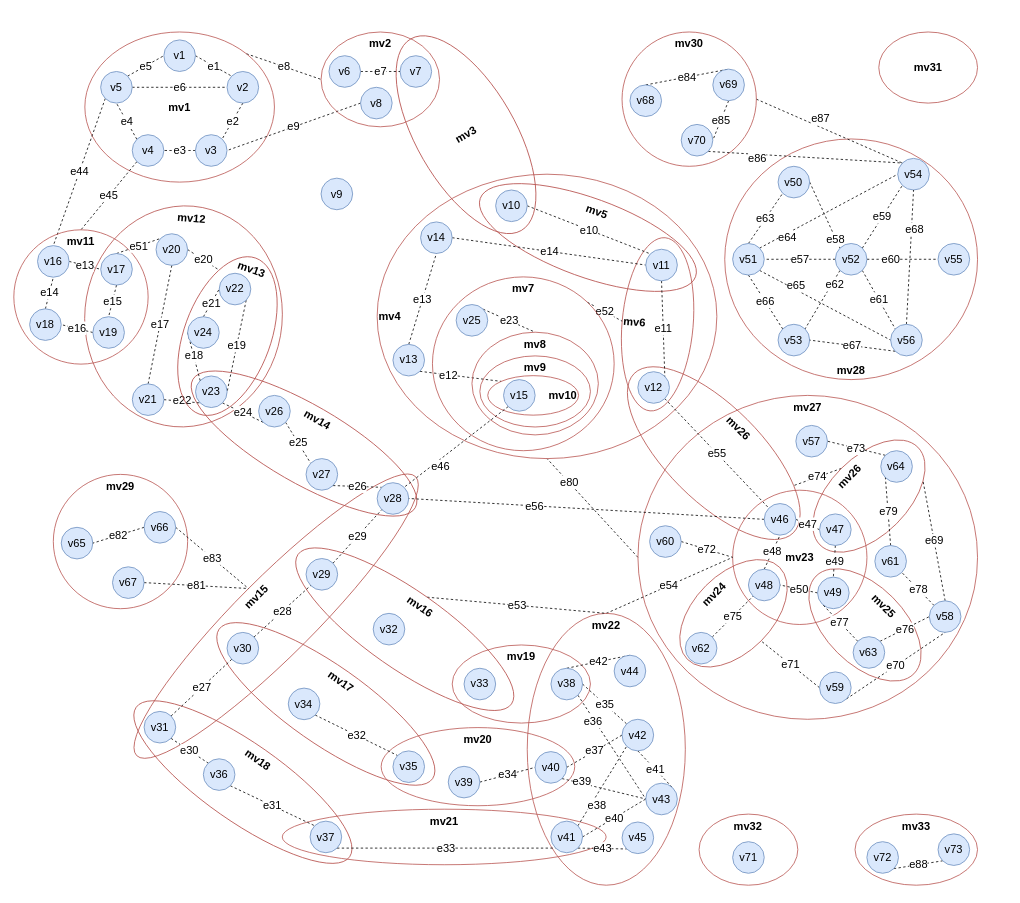
Before: Big metagraph.drawio in DMfananddu/MAG_Diploma, a draw.io diagram. Source tidied: cells renumbered, new cells numbered last; positions are measured from the earlier drawing's top-left corner, leaving out a move shared by most shapes. Both pictures are drawn from the tidied source at 79%, with x=0, y=0 at pixel (13, 24).
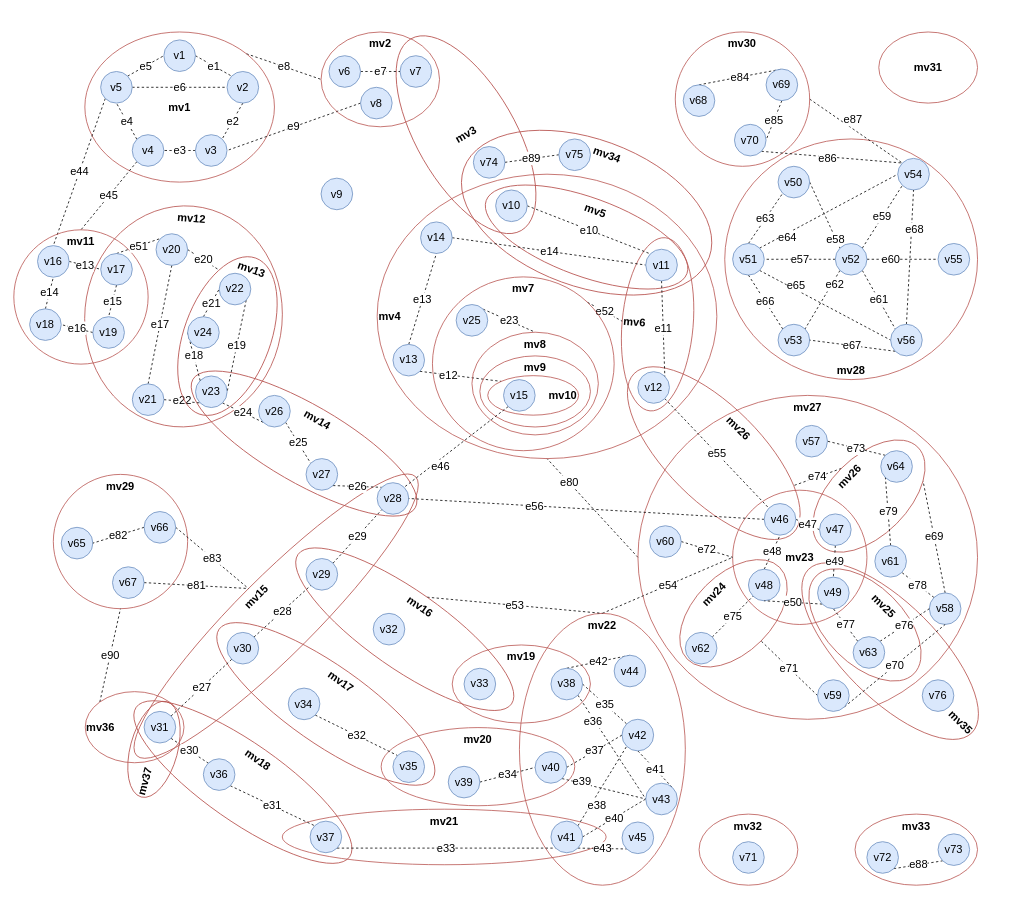
The same diagram, later.

The change refers to these unchanged cells:
```xml
<mxCell id="136" value="v48" style="ellipse;whiteSpace=wrap;html=1;fillColor=#dae8fc;strokeColor=#6c8ebf;fontSize=14;" parent="1" vertex="1">
  <mxGeometry x="929.9" y="690" width="40" height="40" as="geometry" />
</mxCell>
<mxCell id="138" value="v49" style="ellipse;whiteSpace=wrap;html=1;fillColor=#dae8fc;strokeColor=#6c8ebf;fontSize=14;" parent="1" vertex="1">
  <mxGeometry x="1017.4" y="700" width="40" height="40" as="geometry" />
</mxCell>
<mxCell id="154" value="v54" style="ellipse;whiteSpace=wrap;html=1;fillColor=#dae8fc;strokeColor=#6c8ebf;fontSize=14;" parent="1" vertex="1">
  <mxGeometry x="1118.9" y="170" width="40" height="40" as="geometry" />
</mxCell>
<mxCell id="170" value="v63" style="ellipse;whiteSpace=wrap;html=1;fillColor=#dae8fc;strokeColor=#6c8ebf;fontSize=14;" parent="1" vertex="1">
  <mxGeometry x="1062.4" y="775.4" width="40" height="40" as="geometry" />
</mxCell>
<mxCell id="177" value="mv29" style="ellipse;whiteSpace=wrap;html=1;fillColor=none;strokeColor=#b85450;fontStyle=1;fontSize=14;verticalAlign=top;" parent="1" vertex="1">
  <mxGeometry x="50" y="570" width="170" height="170" as="geometry" />
</mxCell>
```

Change to the diagram source:
```diff
@@
+    <mxCell id="199" value="mv35" style="ellipse;whiteSpace=wrap;html=1;fillColor=none;strokeColor=#b85450;fontSize=14;fontStyle=1;verticalAlign=middle;rotation=45;align=right;" parent="1" vertex="1">
+      <mxGeometry x="963" y="733.7" width="292.5" height="120" as="geometry" />
+    </mxCell>
+    <mxCell id="200" value="mv34" style="ellipse;whiteSpace=wrap;html=1;fontSize=14;strokeColor=#b85450;strokeWidth=1;fillColor=none;fontStyle=1;rotation=20;verticalAlign=top;" parent="1" vertex="1">
+      <mxGeometry x="559.9" y="145.4" width="330.3" height="186.6" as="geometry" />
+    </mxCell>
@@
     <mxCell id="10" value="mv22" style="ellipse;whiteSpace=wrap;html=1;fillColor=none;strokeColor=#b85450;fontSize=14;fontStyle=1;verticalAlign=top;rotation=0;" parent="1" vertex="1">
-      <mxGeometry x="649.9" y="745.9" width="200.1" height="344.1" as="geometry" />
+      <mxGeometry x="640" y="745.9" width="210" height="344.1" as="geometry" />
     </mxCell>
@@
     <mxCell id="21" value="mv5" style="ellipse;whiteSpace=wrap;html=1;fontSize=14;strokeColor=#b85450;strokeWidth=1;fillColor=none;fontStyle=1;rotation=20;verticalAlign=top;" parent="1" vertex="1">
-      <mxGeometry x="581.7" y="220.3" width="290" height="99.7" as="geometry" />
+      <mxGeometry x="589.8" y="219.7" width="270.4" height="99.7" as="geometry" />
     </mxCell>
@@
-    <mxCell id="137" value="e50" style="edgeStyle=none;rounded=0;jettySize=auto;html=1;exitX=0;exitY=0.5;exitDx=0;exitDy=0;entryX=1;entryY=0.5;entryDx=0;entryDy=0;dashed=1;fontSize=14;endArrow=none;endFill=0;" parent="1" edge="1" source="138" target="136">
+    <mxCell id="137" value="e50" style="edgeStyle=none;rounded=0;jettySize=auto;html=1;exitX=0;exitY=1;exitDx=0;exitDy=0;entryX=0.5;entryY=1;entryDx=0;entryDy=0;dashed=1;fontSize=14;endArrow=none;endFill=0;" parent="1" edge="1" source="138" target="136">
       <mxGeometry relative="1" as="geometry" />
     </mxCell>
@@
     <mxCell id="162" value="v58" style="ellipse;whiteSpace=wrap;html=1;fillColor=#dae8fc;strokeColor=#6c8ebf;fontSize=14;" parent="1" vertex="1">
-      <mxGeometry x="1158.9" y="730" width="40" height="40" as="geometry" />
+      <mxGeometry x="1158.9" y="720" width="40" height="40" as="geometry" />
     </mxCell>
@@
     <mxCell id="165" value="v59" style="ellipse;whiteSpace=wrap;html=1;fillColor=#dae8fc;strokeColor=#6c8ebf;fontSize=14;" parent="1" vertex="1">
-      <mxGeometry x="1019.9" y="820" width="40" height="40" as="geometry" />
+      <mxGeometry x="1017.4" y="830" width="40" height="40" as="geometry" />
     </mxCell>
@@
-    <mxCell id="169" value="e77" style="edgeStyle=none;rounded=0;jettySize=auto;html=1;exitX=0;exitY=0;exitDx=0;exitDy=0;entryX=0;entryY=1;entryDx=0;entryDy=0;dashed=1;fontSize=14;endArrow=none;endFill=0;" parent="1" edge="1" source="170" target="138">
+    <mxCell id="169" value="e77" style="edgeStyle=none;rounded=0;jettySize=auto;html=1;exitX=0;exitY=0;exitDx=0;exitDy=0;entryX=0.5;entryY=1;entryDx=0;entryDy=0;dashed=1;fontSize=14;endArrow=none;endFill=0;" parent="1" edge="1" source="170" target="138">
       <mxGeometry relative="1" as="geometry" />
     </mxCell>
@@
     <mxCell id="185" value="mv30" style="ellipse;whiteSpace=wrap;html=1;fillColor=none;strokeColor=#b85450;fontStyle=1;fontSize=14;verticalAlign=top;" parent="1" vertex="1">
-      <mxGeometry x="769.9" y="10" width="170" height="170" as="geometry" />
+      <mxGeometry x="837.3" y="9.9" width="170.1" height="170.1" as="geometry" />
     </mxCell>
@@
     <mxCell id="187" value="v68" style="ellipse;whiteSpace=wrap;html=1;fillColor=#dae8fc;strokeColor=#6c8ebf;fontSize=14;" parent="1" vertex="1">
-      <mxGeometry x="779.9" y="77" width="40" height="40" as="geometry" />
+      <mxGeometry x="847.3" y="76.9" width="40" height="40" as="geometry" />
     </mxCell>
@@
     <mxCell id="189" value="v69" style="ellipse;whiteSpace=wrap;html=1;fillColor=#dae8fc;strokeColor=#6c8ebf;fontSize=14;" parent="1" vertex="1">
-      <mxGeometry x="884.8" y="57" width="40" height="40" as="geometry" />
+      <mxGeometry x="952.2" y="56.9" width="40" height="40" as="geometry" />
     </mxCell>
     <mxCell id="190" value="e86" style="edgeStyle=none;rounded=0;jettySize=auto;html=1;exitX=1;exitY=1;exitDx=0;exitDy=0;entryX=0;entryY=0;entryDx=0;entryDy=0;dashed=1;fontSize=14;endArrow=none;endFill=0;" parent="1" edge="1" source="191" target="154">
-      <mxGeometry x="-0.5" y="-5" relative="1" as="geometry" />
+      <mxGeometry x="-0.06" y="-2" relative="1" as="geometry" />
     </mxCell>
     <mxCell id="191" value="v70" style="ellipse;whiteSpace=wrap;html=1;fillColor=#dae8fc;strokeColor=#6c8ebf;fontSize=14;" parent="1" vertex="1">
-      <mxGeometry x="844.8" y="127" width="40" height="40" as="geometry" />
+      <mxGeometry x="912.2" y="126.9" width="40" height="40" as="geometry" />
     </mxCell>
@@
+    <mxCell id="201" value="e89" style="edgeStyle=none;rounded=0;jettySize=auto;html=1;exitX=1;exitY=0.5;exitDx=0;exitDy=0;entryX=0;entryY=0.5;entryDx=0;entryDy=0;dashed=1;fontSize=14;endArrow=none;endFill=0;" parent="1" edge="1" source="202" target="203">
+      <mxGeometry relative="1" as="geometry" />
+    </mxCell>
+    <mxCell id="202" value="v74" style="ellipse;whiteSpace=wrap;html=1;fillColor=#dae8fc;strokeColor=#6c8ebf;fontSize=14;" parent="1" vertex="1">
+      <mxGeometry x="581.7" y="155" width="40" height="40" as="geometry" />
+    </mxCell>
+    <mxCell id="203" value="v75" style="ellipse;whiteSpace=wrap;html=1;fillColor=#dae8fc;strokeColor=#6c8ebf;fontSize=14;" parent="1" vertex="1">
+      <mxGeometry x="689.9" y="145.4" width="40" height="40" as="geometry" />
+    </mxCell>
+    <mxCell id="204" value="v76" style="ellipse;whiteSpace=wrap;html=1;fillColor=#dae8fc;strokeColor=#6c8ebf;fontSize=14;" parent="1" vertex="1">
+      <mxGeometry x="1149.9" y="830" width="40" height="40" as="geometry" />
+    </mxCell>
+    <mxCell id="205" value="e90" style="edgeStyle=none;rounded=0;jettySize=auto;html=1;exitX=0;exitY=0;exitDx=0;exitDy=0;entryX=0.5;entryY=1;entryDx=0;entryDy=0;dashed=1;fontSize=14;endArrow=none;endFill=0;" parent="1" edge="1" source="206" target="177">
+      <mxGeometry relative="1" as="geometry" />
+    </mxCell>
+    <mxCell id="206" value="mv36" style="ellipse;whiteSpace=wrap;html=1;fillColor=none;strokeColor=#b85450;fontSize=14;fontStyle=1;rotation=0;verticalAlign=middle;align=left;" parent="1" vertex="1">
+      <mxGeometry x="90.4" y="845" width="125" height="90" as="geometry" />
+    </mxCell>
+    <mxCell id="207" value="mv37" style="ellipse;whiteSpace=wrap;html=1;fillColor=none;strokeColor=#b85450;fontSize=14;fontStyle=1;rotation=-75;verticalAlign=middle;align=left;" parent="1" vertex="1">
+      <mxGeometry x="114.9" y="888" width="125" height="60" as="geometry" />
+    </mxCell>
```
